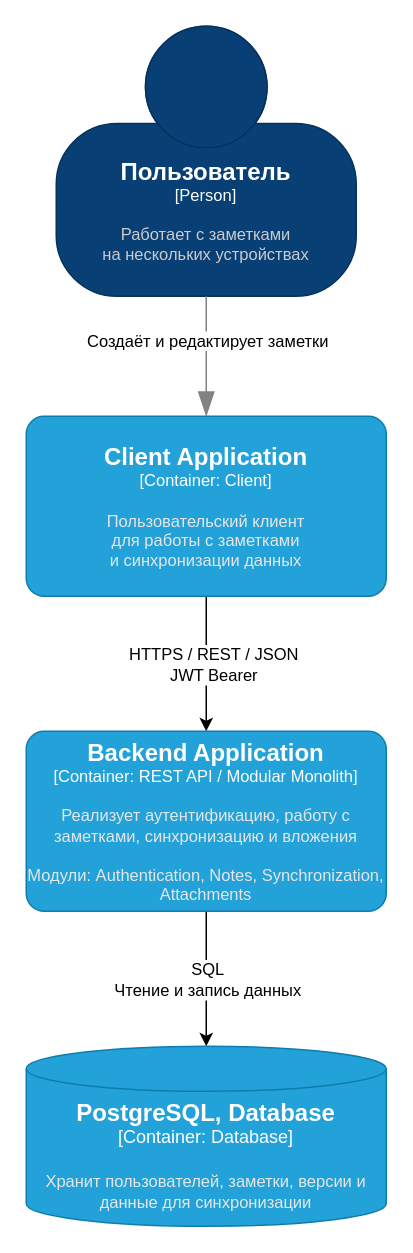
IlyaChern12/Notes-Service keeps this draw.io diagram as page "Container" (2 of 2) of docs/architecture/c4-diagram.drawio. Above is the earlier version. Source tidied: cells renumbered, new cells numbered last; positions are measured from the earlier drawing's top-left corner, leaving out a move shared by most shapes. Both pictures are drawn from the tidied source at 150%, with x=0, y=0 at pixel (26, 26).
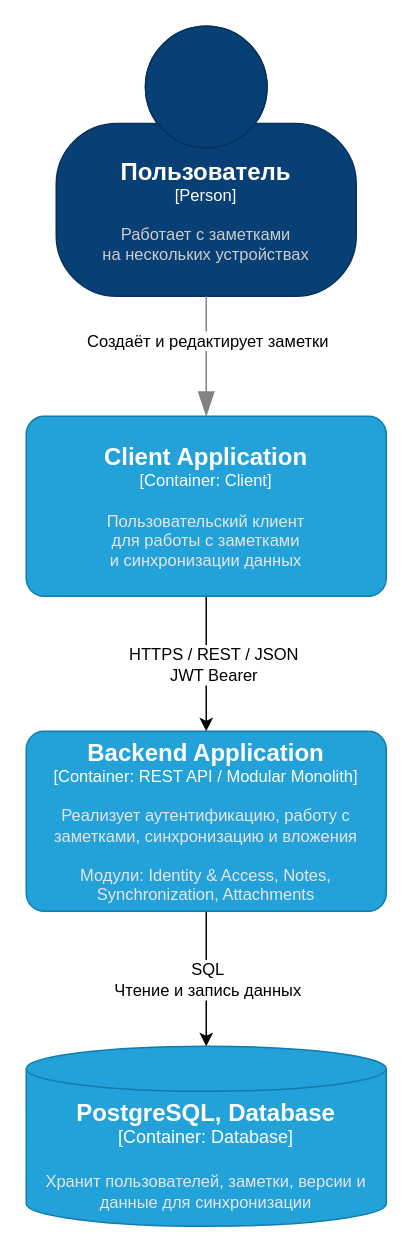
The same page after the edit.

Commit message (it also covers changes not shown here):
docs: rename Authentication module to Identity & Access (ADR-002)

The edit, as a diff of the source:
```diff
@@
 <mxGraphModel>
   <root>
     <mxCell id="0" />
     <mxCell id="1" parent="0" />
     <object id="2" label="&lt;font style=&quot;font-size: 16px&quot;&gt;&lt;b&gt;%c4Name%&lt;/b&gt;&lt;/font&gt;&lt;div&gt;[%c4Type%]&lt;/div&gt;&lt;br&gt;&lt;div&gt;&lt;font style=&quot;font-size: 11px&quot;&gt;&lt;font color=&quot;#cccccc&quot;&gt;%c4Description%&lt;/font&gt;&lt;/div&gt;" c4Description="Работает с заметками&#10;на нескольких устройствах" c4Name="Пользователь " c4Type="Person" placeholders="1">
       <mxCell style="html=1;fontSize=11;dashed=0;whiteSpace=wrap;fillColor=#083F75;strokeColor=#06315C;fontColor=#ffffff;shape=mxgraph.c4.person2;align=center;points=[[0.5,0,0],[1,0.5,0],[1,0.75,0],[0.75,1,0],[0.5,1,0],[0.25,1,0],[0,0.75,0],[0,0.5,0]];" parent="1" vertex="1">
         <mxGeometry x="20" width="200" height="180" as="geometry" />
       </mxCell>
     </object>
     <mxCell id="3" style="endArrow=blockThin;html=1;fontSize=10;fontColor=#404040;strokeWidth=1;endFill=1;strokeColor=#828282;elbow=vertical;endSize=14;startSize=14;jumpStyle=arc;jumpSize=16;rounded=0;edgeStyle=orthogonalEdgeStyle;exitX=0.5;exitY=1;exitDx=0;exitDy=0;exitPerimeter=0;entryX=0.5;entryY=0;entryDx=0;entryDy=0;entryPerimeter=0;" parent="1" edge="1" source="2" target="7">
       <mxGeometry relative="1" as="geometry" />
     </mxCell>
     <mxCell id="4" value="Создаёт и редактирует заметки" style="edgeLabel;html=1;align=center;verticalAlign=middle;" parent="3" vertex="1">
       <mxGeometry x="0.03" y="3" relative="1" as="geometry">
         <mxPoint x="-3" y="-12" as="offset" />
       </mxGeometry>
     </mxCell>
     <mxCell id="5" style="edgeStyle=orthogonalEdgeStyle;rounded=0;jettySize=auto;html=1;" parent="1" edge="1" source="7" target="10">
       <mxGeometry relative="1" as="geometry" />
     </mxCell>
     <mxCell id="6" value="&lt;div&gt;HTTPS / REST / JSON&lt;/div&gt;&lt;div&gt;JWT Bearer&lt;/div&gt;" style="edgeLabel;html=1;align=center;verticalAlign=middle;" parent="5" vertex="1">
       <mxGeometry x="0.01" y="4" relative="1" as="geometry" />
     </mxCell>
     <object id="7" label="&lt;font style=&quot;font-size: 16px&quot;&gt;&lt;b&gt;%c4Name%&lt;/b&gt;&lt;/font&gt;&lt;div&gt;[%c4Type%: %c4Technology%]&lt;/div&gt;&lt;br&gt;&lt;div&gt;&lt;font style=&quot;font-size: 11px&quot;&gt;&lt;font color=&quot;#E6E6E6&quot;&gt;%c4Description%&lt;/font&gt;&lt;/div&gt;" c4Description="Пользовательский клиент&#10;для работы с заметками&#10;и синхронизации данных" c4Name="Client Application" c4Technology="Client" c4Type="Container" placeholders="1">
       <mxCell style="rounded=1;whiteSpace=wrap;html=1;fontSize=11;labelBackgroundColor=none;fillColor=#23A2D9;fontColor=#ffffff;align=center;arcSize=10;strokeColor=#0E7DAD;points=[[0.25,0,0],[0.5,0,0],[0.75,0,0],[1,0.25,0],[1,0.5,0],[1,0.75,0],[0.75,1,0],[0.5,1,0],[0.25,1,0],[0,0.75,0],[0,0.5,0],[0,0.25,0]];" parent="1" vertex="1">
         <mxGeometry y="260" width="240" height="120" as="geometry" />
       </mxCell>
     </object>
     <mxCell id="8" style="edgeStyle=orthogonalEdgeStyle;rounded=0;jettySize=auto;html=1;exitX=0.5;exitY=1;exitDx=0;exitDy=0;exitPerimeter=0;" parent="1" edge="1" source="10" target="11">
       <mxGeometry relative="1" as="geometry" />
     </mxCell>
     <mxCell id="9" value="&lt;div&gt;SQL&lt;/div&gt;&lt;div&gt;Чтение и запись данных&lt;/div&gt;" style="edgeLabel;html=1;align=center;verticalAlign=middle;" parent="8" vertex="1">
       <mxGeometry x="0.01" relative="1" as="geometry" />
     </mxCell>
-    <object id="10" label="&lt;font style=&quot;font-size: 16px&quot;&gt;&lt;b&gt;%c4Name%&lt;/b&gt;&lt;/font&gt;&lt;div&gt;[%c4Type%: %c4Technology%]&lt;/div&gt;&lt;br&gt;&lt;div&gt;&lt;font style=&quot;font-size: 11px&quot;&gt;&lt;font color=&quot;#E6E6E6&quot;&gt;%c4Description%&lt;/font&gt;&lt;/div&gt;" c4Description="Реализует аутентификацию, работу с заметками, синхронизацию и вложения&#10;&#10;Модули: Authentication, Notes, Synchronization, Attachments" c4Name="Backend Application" c4Technology="REST API / Modular Monolith" c4Type="Container" placeholders="1">
+    <object id="10" label="&lt;font style=&quot;font-size: 16px&quot;&gt;&lt;b&gt;%c4Name%&lt;/b&gt;&lt;/font&gt;&lt;div&gt;[%c4Type%: %c4Technology%]&lt;/div&gt;&lt;br&gt;&lt;div&gt;&lt;font style=&quot;font-size: 11px&quot;&gt;&lt;font color=&quot;#E6E6E6&quot;&gt;%c4Description%&lt;/font&gt;&lt;/div&gt;" c4Description="Реализует аутентификацию, работу с заметками, синхронизацию и вложения&#10;&#10;Модули: Identity &amp; Access, Notes, Synchronization, Attachments" c4Name="Backend Application" c4Technology="REST API / Modular Monolith" c4Type="Container" placeholders="1">
       <mxCell style="rounded=1;whiteSpace=wrap;html=1;fontSize=11;labelBackgroundColor=none;fillColor=#23A2D9;fontColor=#ffffff;align=center;arcSize=10;strokeColor=#0E7DAD;points=[[0.25,0,0],[0.5,0,0],[0.75,0,0],[1,0.25,0],[1,0.5,0],[1,0.75,0],[0.75,1,0],[0.5,1,0],[0.25,1,0],[0,0.75,0],[0,0.5,0],[0,0.25,0]];imageAspect=0;imageWidth=28;imageHeight=27;" parent="1" vertex="1">
         <mxGeometry y="470" width="240" height="120" as="geometry" />
       </mxCell>
     </object>
     <object id="11" label="&lt;font style=&quot;font-size: 16px&quot;&gt;&lt;b&gt;%c4Name%&lt;/b&gt;&lt;/font&gt;&lt;div&gt;[%c4Type%:&amp;nbsp;%c4Technology%]&lt;/div&gt;&lt;br&gt;&lt;div&gt;&lt;font style=&quot;font-size: 11px&quot;&gt;&lt;font color=&quot;#E6E6E6&quot;&gt;%c4Description%&lt;/font&gt;&lt;/div&gt;" c4Description="Хранит пользователей, заметки, версии и данные для синхронизации" c4Name="PostgreSQL, Database" c4Technology="Database" c4Type="Container" placeholders="1">
       <mxCell style="shape=cylinder3;size=15;whiteSpace=wrap;html=1;boundedLbl=1;rounded=0;labelBackgroundColor=none;fillColor=#23A2D9;fontSize=12;fontColor=#ffffff;align=center;strokeColor=#0E7DAD;points=[[0.5,0,0],[1,0.25,0],[1,0.5,0],[1,0.75,0],[0.5,1,0],[0,0.75,0],[0,0.5,0],[0,0.25,0]];" parent="1" vertex="1">
         <mxGeometry y="680" width="240" height="120" as="geometry" />
       </mxCell>
     </object>
   </root>
 </mxGraphModel>
```
